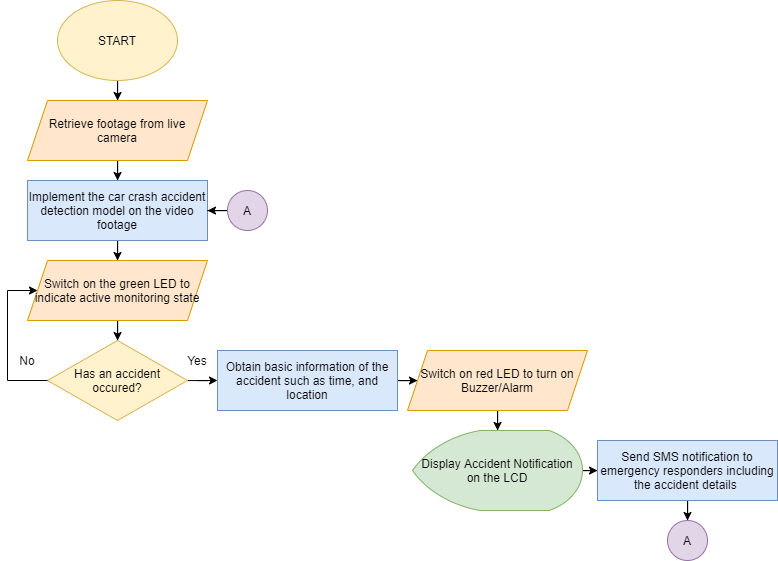
karenescabarte/file keeps this draw.io diagram as DrawIO/System_Flowchart-Updated.png. Above is the earlier version. Source tidied: cells renumbered, new cells last; positions are measured from the earlier drawing's top-left corner, leaving out a move shared by most shapes.
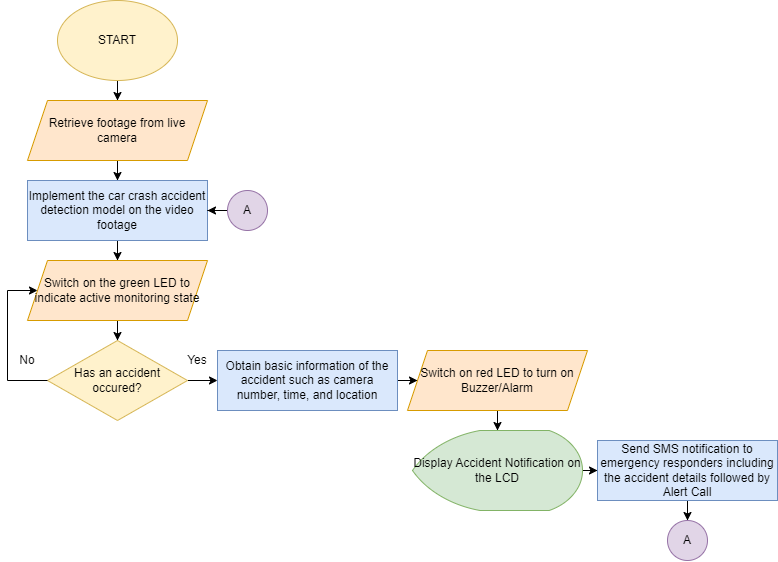
Above is the later version.

Diff of the diagram source:
```diff
@@ -35,7 +35,7 @@
     <mxCell id="12" style="edgeStyle=orthogonalEdgeStyle;rounded=0;jettySize=auto;html=1;" parent="1" edge="1" source="13" target="15">
       <mxGeometry relative="1" as="geometry" />
     </mxCell>
-    <mxCell id="13" value="Obtain basic information of the accident such as time, and location" style="whiteSpace=wrap;html=1;fillColor=#dae8fc;strokeColor=#6c8ebf;" parent="1" vertex="1">
+    <mxCell id="13" value="Obtain basic information of the accident such as camera number, time, and location" style="whiteSpace=wrap;html=1;fillColor=#dae8fc;strokeColor=#6c8ebf;" parent="1" vertex="1">
       <mxGeometry x="210" y="350" width="180" height="60" as="geometry" />
     </mxCell>
     <mxCell id="14" style="edgeStyle=orthogonalEdgeStyle;rounded=0;jettySize=auto;html=1;" parent="1" edge="1" source="15" target="17">
@@ -53,7 +53,7 @@
     <mxCell id="18" style="edgeStyle=orthogonalEdgeStyle;rounded=0;jettySize=auto;html=1;" parent="1" edge="1" source="19" target="20">
       <mxGeometry relative="1" as="geometry" />
     </mxCell>
-    <mxCell id="19" value="Send SMS notification to emergency responders including the accident details&amp;nbsp;" style="whiteSpace=wrap;html=1;strokeWidth=1;fillColor=#dae8fc;strokeColor=#6c8ebf;" parent="1" vertex="1">
+    <mxCell id="19" value="Send SMS notification to emergency responders including the accident details followed by Alert Call" style="whiteSpace=wrap;html=1;strokeWidth=1;fillColor=#dae8fc;strokeColor=#6c8ebf;" parent="1" vertex="1">
       <mxGeometry x="590" y="440" width="180" height="60" as="geometry" />
     </mxCell>
     <mxCell id="20" value="A" style="ellipse;whiteSpace=wrap;html=1;strokeWidth=1;fillColor=#e1d5e7;strokeColor=#9673a6;" parent="1" vertex="1">
```
